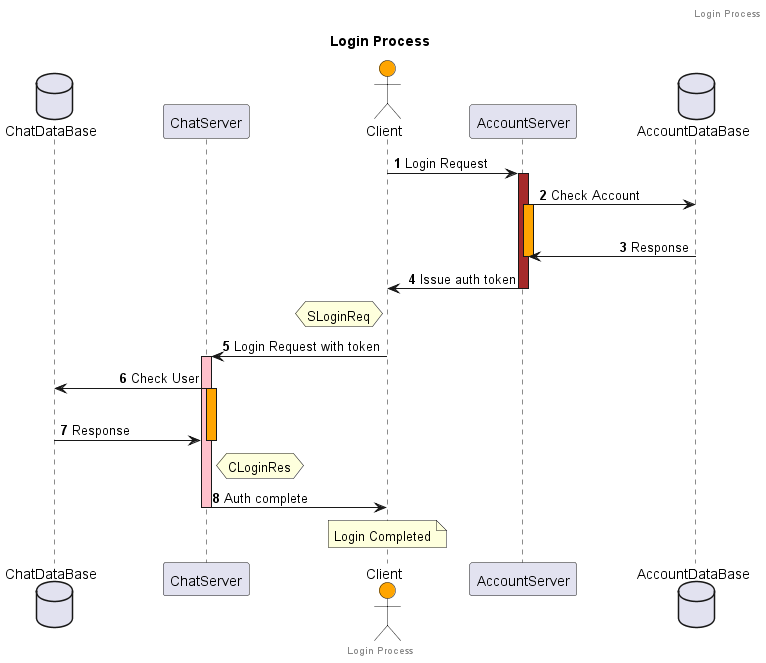
This is Common/Sequence Diagrams/Login Process.png from minttea25/Chat, a PlantUML export, as it was before one commit. The source it was exported from:
```plantuml
@startuml
skinparam sequenceMessageAlign direction
skinparam ParticipantPadding 50

title Login Process

header Login Process
footer Login Process

actor "Client" as C order 2 #Orange
participant "ChatServer" as S order 1
participant "AccountServer" as A order 3
database "AccountDataBase" as ADB order 4
database "ChatDataBase" as CDB order 0


autonumber
C -> A : Login Request
activate A #Brown
A -> ADB : Check Account
activate A #Orange
||20||
ADB -> A : Response
deactivate A
A -> C : Issue auth token
deactivate A

hnote left of C : SLoginReq
C -> S : Login Request with token
activate S #Pink
S -> CDB : Check User
activate S #Orange
||20||
CDB -> S : Response
deactivate S
hnote right of S : CLoginRes
S -> C : Auth complete
deactivate S

note over C : Login Completed

@enduml
```
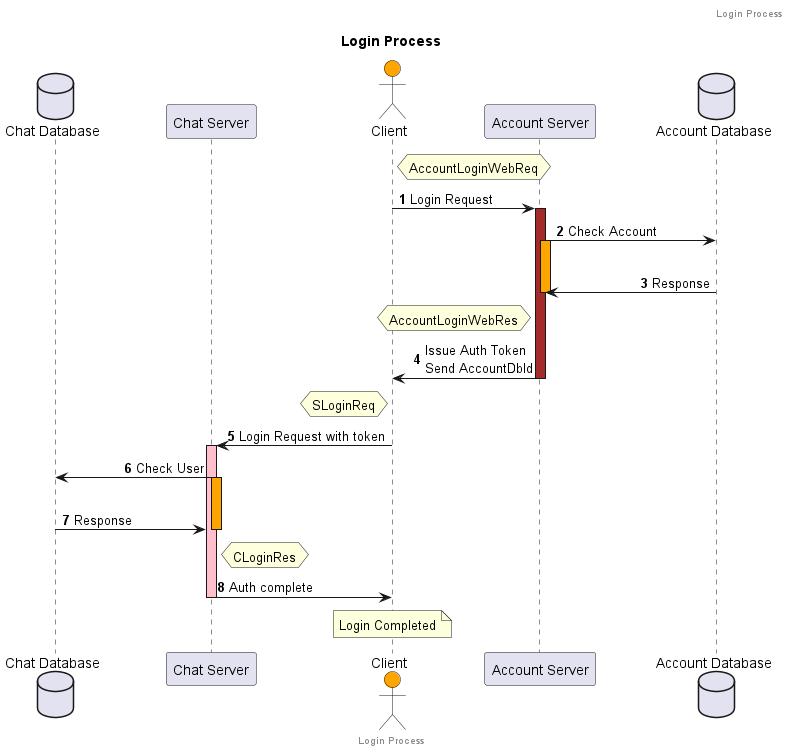
The same diagram one commit later.

Change to the diagram source:
```diff
@@ -8,13 +8,14 @@
 footer Login Process
 
 actor "Client" as C order 2 #Orange
-participant "ChatServer" as S order 1
-participant "AccountServer" as A order 3
-database "AccountDataBase" as ADB order 4
-database "ChatDataBase" as CDB order 0
+participant "Chat Server" as S order 1
+participant "Account Server" as A order 3
+database "Account Database" as ADB order 4
+database "Chat Database" as CDB order 0
 
 
 autonumber
+hnote right of C : AccountLoginWebReq
 C -> A : Login Request
 activate A #Brown
 A -> ADB : Check Account
@@ -22,7 +23,8 @@
 ||20||
 ADB -> A : Response
 deactivate A
-A -> C : Issue auth token
+hnote left of A : AccountLoginWebRes
+A -> C : Issue Auth Token\nSend AccountDbId
 deactivate A
 
 hnote left of C : SLoginReq
```
